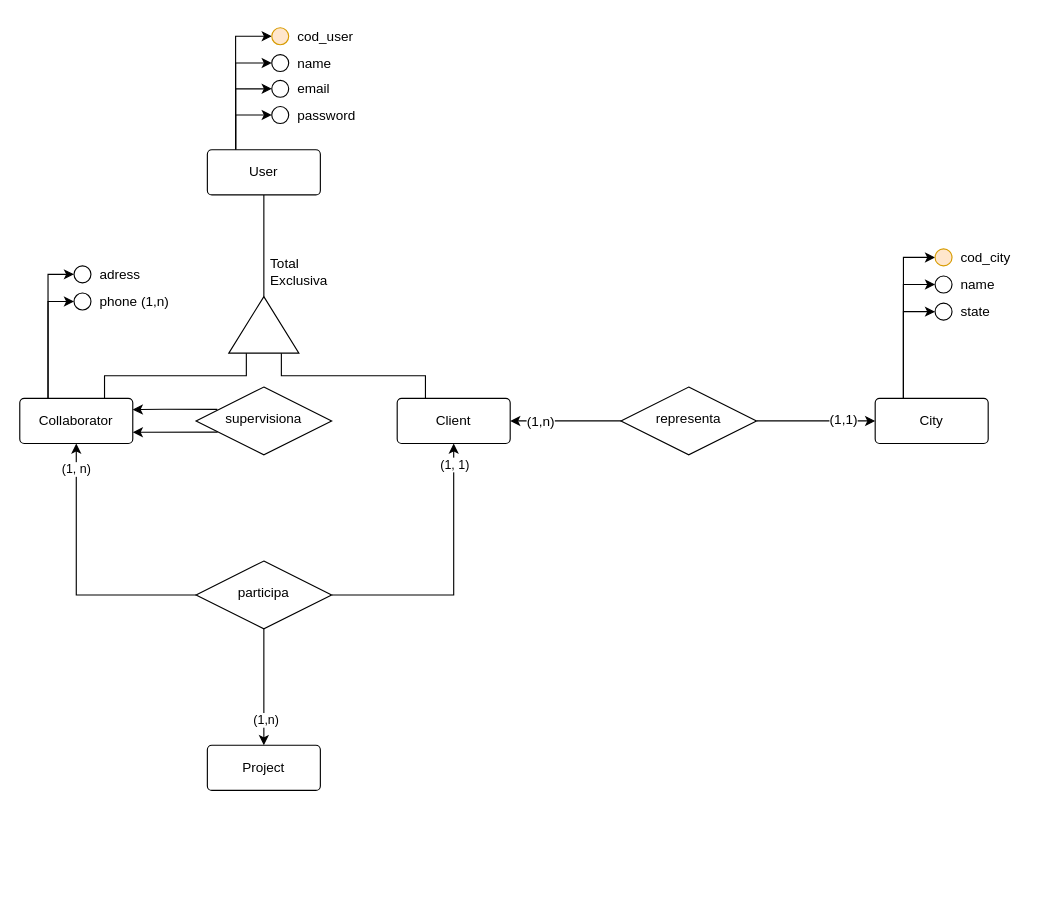
SofiaValadares/MetasConsultoria keeps this draw.io diagram as Diagrama.drawio. Above is the earlier version. Source tidied: cells renumbered, new cells numbered last; positions are measured from the earlier drawing's top-left corner, leaving out a move shared by most shapes. Both pictures are drawn from the tidied source at 113%, with x=0, y=0 at pixel (19, 19).
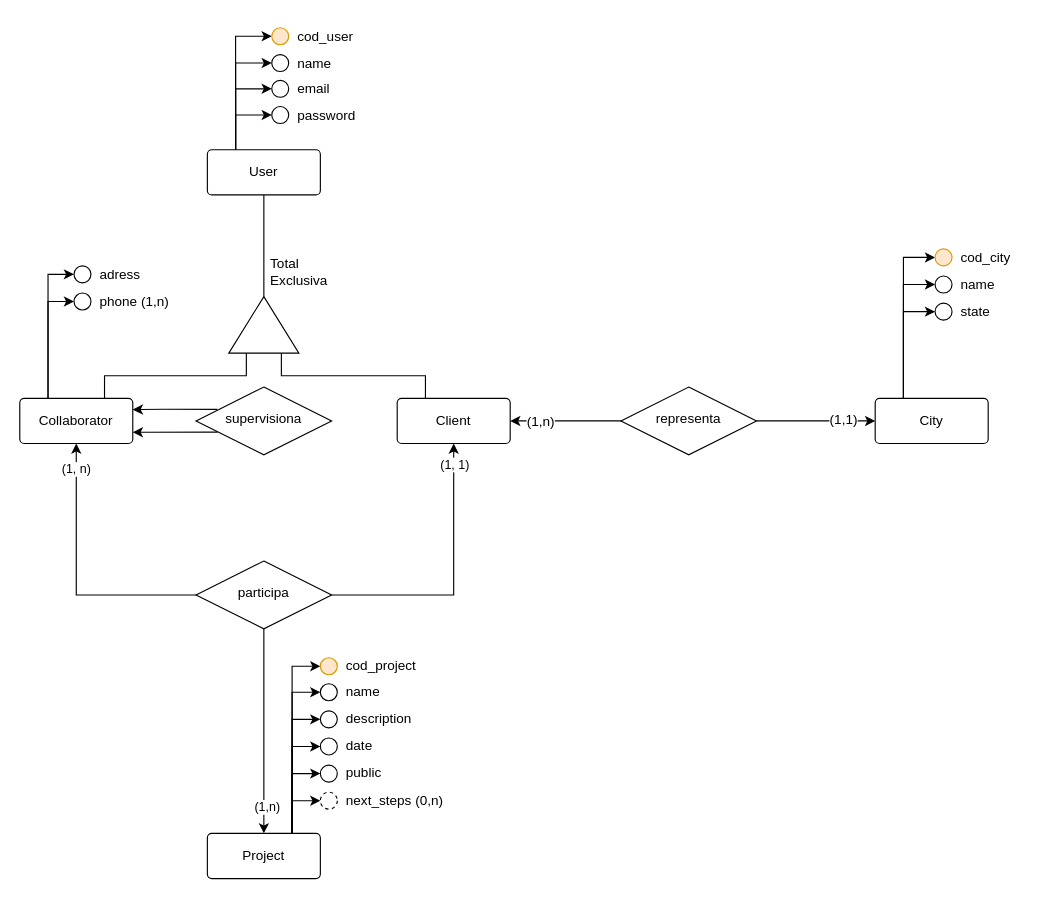
The same page after the edit.

The change refers to these unchanged cells:
```xml
<mxCell id="61" value="&lt;div&gt;&lt;br&gt;&lt;/div&gt;participa" style="shape=rhombus;perimeter=rhombusPerimeter;whiteSpace=wrap;html=1;align=center;verticalAlign=top;fontFamily=Helvetica;fontSize=12;fontColor=default;fillColor=none;gradientColor=none;" parent="1" vertex="1">
  <mxGeometry x="156" y="479" width="120" height="60" as="geometry" />
</mxCell>
```

What changed in the source:
```diff
@@
+    <mxCell id="62" style="edgeStyle=orthogonalEdgeStyle;rounded=0;jettySize=auto;html=1;exitX=0.75;exitY=0;exitDx=0;exitDy=0;entryX=0;entryY=0.5;entryDx=0;entryDy=0;" parent="1" edge="1" source="52" target="69">
+      <mxGeometry relative="1" as="geometry" />
+    </mxCell>
+    <mxCell id="63" style="edgeStyle=orthogonalEdgeStyle;rounded=0;jettySize=auto;html=1;exitX=0.75;exitY=0;exitDx=0;exitDy=0;entryX=0;entryY=0.5;entryDx=0;entryDy=0;" parent="1" edge="1" source="52" target="72">
+      <mxGeometry relative="1" as="geometry" />
+    </mxCell>
+    <mxCell id="64" style="edgeStyle=orthogonalEdgeStyle;rounded=0;jettySize=auto;html=1;exitX=0.75;exitY=0;exitDx=0;exitDy=0;entryX=0;entryY=0.5;entryDx=0;entryDy=0;" parent="1" edge="1" source="52" target="75">
+      <mxGeometry relative="1" as="geometry" />
+    </mxCell>
+    <mxCell id="65" style="edgeStyle=orthogonalEdgeStyle;rounded=0;jettySize=auto;html=1;exitX=0.75;exitY=0;exitDx=0;exitDy=0;entryX=0;entryY=0.5;entryDx=0;entryDy=0;" parent="1" edge="1" source="52" target="78">
+      <mxGeometry relative="1" as="geometry" />
+    </mxCell>
+    <mxCell id="66" style="edgeStyle=orthogonalEdgeStyle;rounded=0;jettySize=auto;html=1;exitX=0.75;exitY=0;exitDx=0;exitDy=0;entryX=0;entryY=0.5;entryDx=0;entryDy=0;" parent="1" edge="1" source="52" target="81">
+      <mxGeometry relative="1" as="geometry" />
+    </mxCell>
+    <mxCell id="67" style="edgeStyle=orthogonalEdgeStyle;rounded=0;jettySize=auto;html=1;exitX=0.75;exitY=0;exitDx=0;exitDy=0;entryX=0;entryY=0.5;entryDx=0;entryDy=0;" parent="1" edge="1" source="52" target="84">
+      <mxGeometry relative="1" as="geometry">
+        <Array as="points">
+          <mxPoint x="241" y="691" />
+        </Array>
+      </mxGeometry>
+    </mxCell>
     <mxCell id="52" value="Project" style="rounded=1;arcSize=10;whiteSpace=wrap;html=1;align=center;" parent="1" vertex="1">
-      <mxGeometry x="166" y="642" width="100" height="40" as="geometry" />
+      <mxGeometry x="166" y="720" width="100" height="40" as="geometry" />
     </mxCell>
@@
     <mxCell id="60" value="(1,n)" style="edgeStyle=orthogonalEdgeStyle;rounded=0;jettySize=auto;html=1;exitX=0.5;exitY=1;exitDx=0;exitDy=0;entryX=0.5;entryY=0;entryDx=0;entryDy=0;" parent="1" edge="1" source="61" target="52">
-      <mxGeometry x="0.57" y="2" relative="1" as="geometry" />
+      <mxGeometry x="0.75" y="3" relative="1" as="geometry" />
     </mxCell>
@@
+    <mxCell id="68" style="group;" parent="1" vertex="1">
+      <mxGeometry x="266" y="557" width="84" height="30.5" as="geometry" />
+    </mxCell>
+    <mxCell id="69" style="ellipse;whiteSpace=wrap;html=1;fillColor=#ffe6cc;strokeColor=#d79b00;" parent="68" vertex="1">
+      <mxGeometry y="7.6" width="15" height="15" as="geometry" />
+    </mxCell>
+    <mxCell id="70" value="cod_project" style="text;html=1;align=left;verticalAlign=middle;whiteSpace=wrap;rounded=0;" parent="68" vertex="1">
+      <mxGeometry x="21" width="63" height="30.5" as="geometry" />
+    </mxCell>
+    <mxCell id="71" style="group;" parent="1" vertex="1">
+      <mxGeometry x="266" y="580" width="84" height="30.5" as="geometry" />
+    </mxCell>
+    <mxCell id="72" style="ellipse;whiteSpace=wrap;html=1;fillColor=none;" parent="71" vertex="1">
+      <mxGeometry y="7.6" width="15" height="15" as="geometry" />
+    </mxCell>
+    <mxCell id="73" value="name" style="text;html=1;align=left;verticalAlign=middle;whiteSpace=wrap;rounded=0;" parent="71" vertex="1">
+      <mxGeometry x="21" width="63" height="30.5" as="geometry" />
+    </mxCell>
+    <mxCell id="74" style="group;" parent="1" vertex="1">
+      <mxGeometry x="266" y="604" width="84" height="30.5" as="geometry" />
+    </mxCell>
+    <mxCell id="75" style="ellipse;whiteSpace=wrap;html=1;fillColor=none;" parent="74" vertex="1">
+      <mxGeometry y="7.6" width="15" height="15" as="geometry" />
+    </mxCell>
+    <mxCell id="76" value="description" style="text;html=1;align=left;verticalAlign=middle;whiteSpace=wrap;rounded=0;" parent="74" vertex="1">
+      <mxGeometry x="21" width="63" height="30.5" as="geometry" />
+    </mxCell>
+    <mxCell id="77" style="group;" parent="1" vertex="1">
+      <mxGeometry x="266" y="628" width="84" height="30.5" as="geometry" />
+    </mxCell>
+    <mxCell id="78" style="ellipse;whiteSpace=wrap;html=1;fillColor=none;" parent="77" vertex="1">
+      <mxGeometry y="7.6" width="15" height="15" as="geometry" />
+    </mxCell>
+    <mxCell id="79" value="date" style="text;html=1;align=left;verticalAlign=middle;whiteSpace=wrap;rounded=0;" parent="77" vertex="1">
+      <mxGeometry x="21" width="63" height="30.5" as="geometry" />
+    </mxCell>
+    <mxCell id="80" style="group;" parent="1" vertex="1">
+      <mxGeometry x="266" y="652" width="84" height="30.5" as="geometry" />
+    </mxCell>
+    <mxCell id="81" style="ellipse;whiteSpace=wrap;html=1;fillColor=none;" parent="80" vertex="1">
+      <mxGeometry y="7.6" width="15" height="15" as="geometry" />
+    </mxCell>
+    <mxCell id="82" value="public" style="text;html=1;align=left;verticalAlign=middle;whiteSpace=wrap;rounded=0;" parent="80" vertex="1">
+      <mxGeometry x="21" width="63" height="30.5" as="geometry" />
+    </mxCell>
+    <mxCell id="83" style="group;" parent="1" vertex="1">
+      <mxGeometry x="266" y="676" width="123" height="30.5" as="geometry" />
+    </mxCell>
+    <mxCell id="84" style="ellipse;whiteSpace=wrap;html=1;fillColor=none;dashed=1;" parent="83" vertex="1">
+      <mxGeometry y="7.6" width="15" height="15" as="geometry" />
+    </mxCell>
+    <mxCell id="85" value="next_steps (0,n)" style="text;html=1;align=left;verticalAlign=middle;whiteSpace=wrap;rounded=0;" parent="83" vertex="1">
+      <mxGeometry x="21" width="98" height="30.5" as="geometry" />
+    </mxCell>
```
